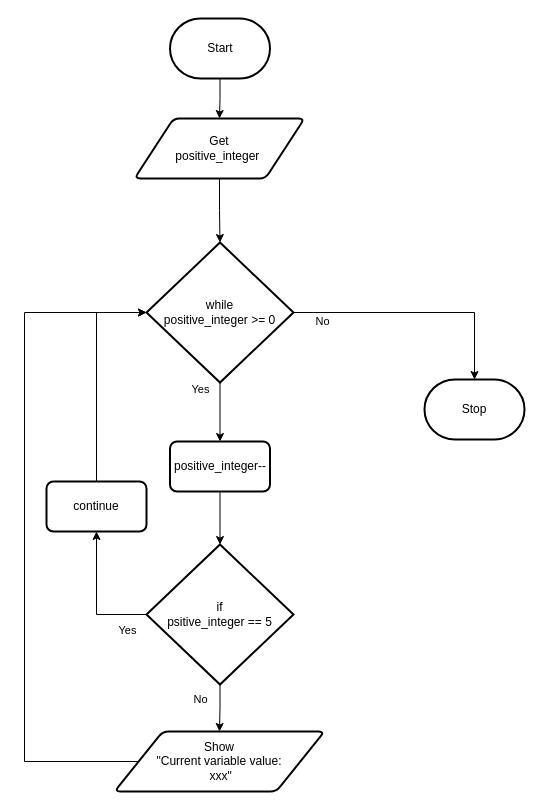
Before: docs/structured-problem-solving/images/flowchart-continue.drawio in Mr-Coxall/Computer-Based-Problem-Solving, a draw.io diagram. Source tidied: cells renumbered, new cells numbered last; positions are measured from the earlier drawing's top-left corner, leaving out a move shared by most shapes. Both pictures are drawn from the tidied source at 100%, with x=0, y=0 at pixel (24, 18).
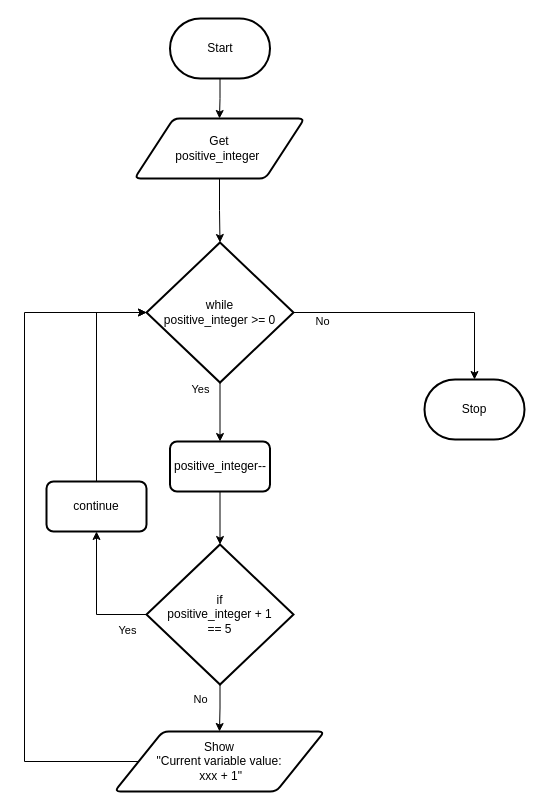
The same diagram, later.

The edit, as a diff of the source:
```diff
@@
-    <mxCell id="9" value="Show&lt;br&gt;&quot;Current variable value:&lt;br&gt;&amp;nbsp;xxx&quot;" style="shape=parallelogram;html=1;strokeWidth=2;perimeter=parallelogramPerimeter;whiteSpace=wrap;rounded=1;arcSize=12;size=0.23;" parent="1" vertex="1">
+    <mxCell id="9" value="Show&lt;br&gt;&quot;Current variable value:&lt;br&gt;&amp;nbsp;xxx + 1&quot;" style="shape=parallelogram;html=1;strokeWidth=2;perimeter=parallelogramPerimeter;whiteSpace=wrap;rounded=1;arcSize=12;size=0.23;" parent="1" vertex="1">
       <mxGeometry x="90" y="713" width="210" height="60" as="geometry" />
     </mxCell>
@@
-    <mxCell id="16" value="if&lt;br&gt;psitive_integer == 5" style="strokeWidth=2;html=1;shape=mxgraph.flowchart.decision;whiteSpace=wrap;" parent="1" vertex="1">
+    <mxCell id="16" value="if&lt;br&gt;positive_integer + 1 &lt;br&gt;== 5" style="strokeWidth=2;html=1;shape=mxgraph.flowchart.decision;whiteSpace=wrap;" parent="1" vertex="1">
       <mxGeometry x="122" y="526" width="147" height="140" as="geometry" />
     </mxCell>
```
